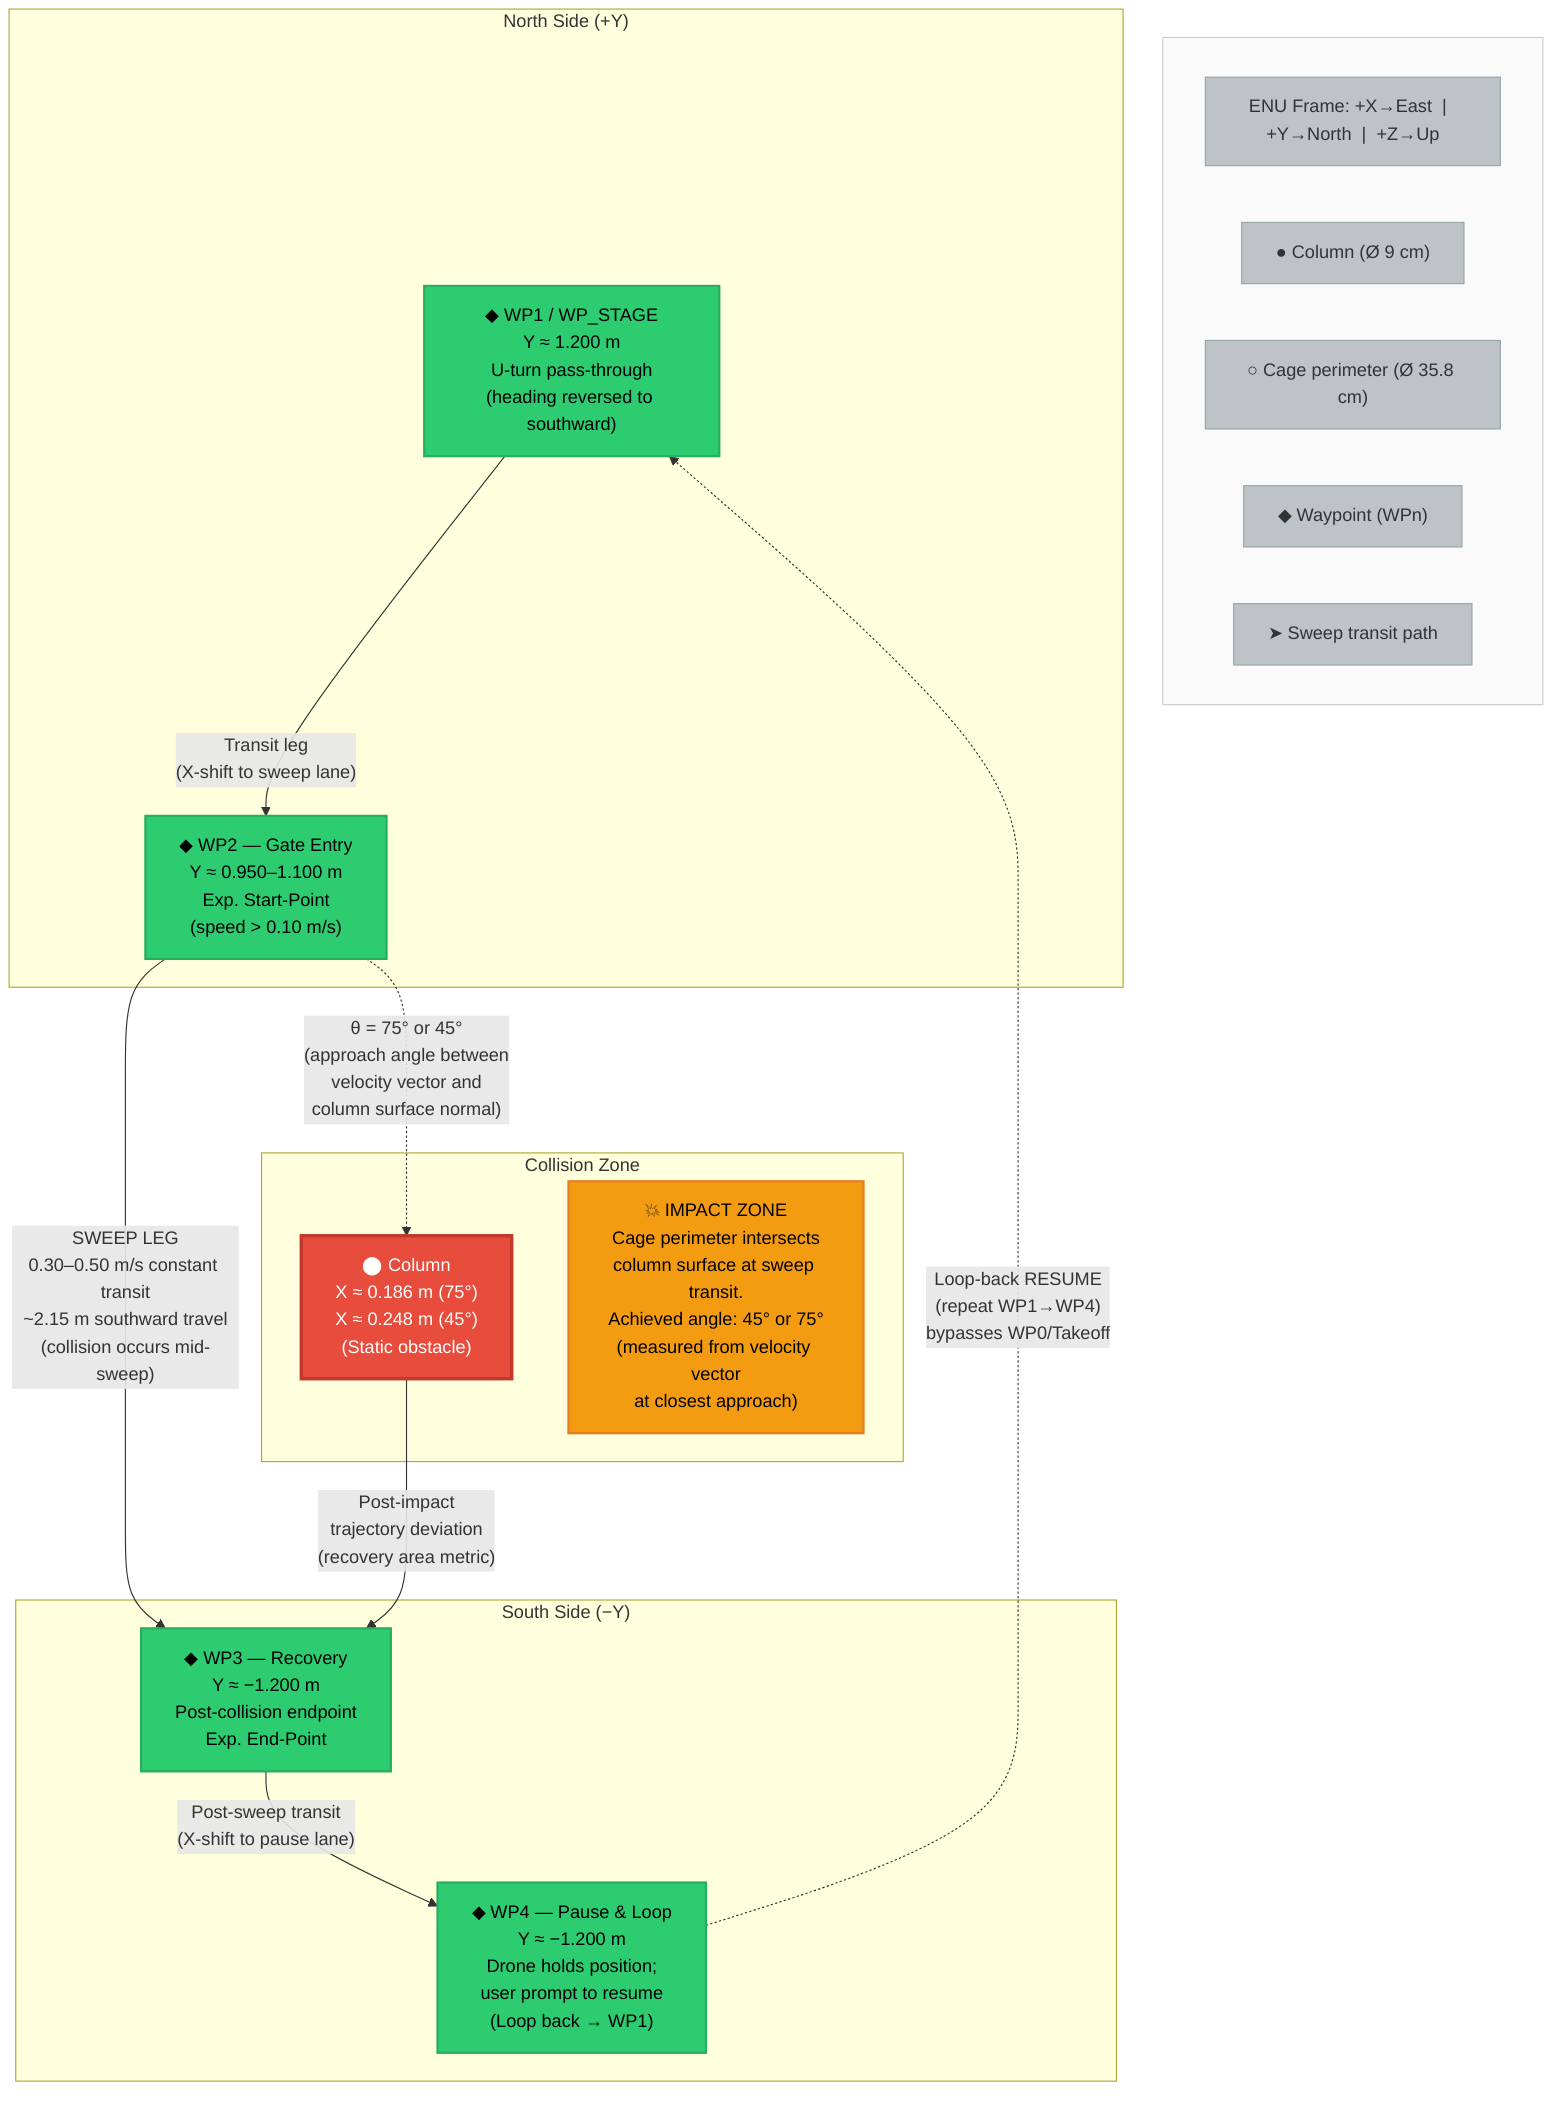
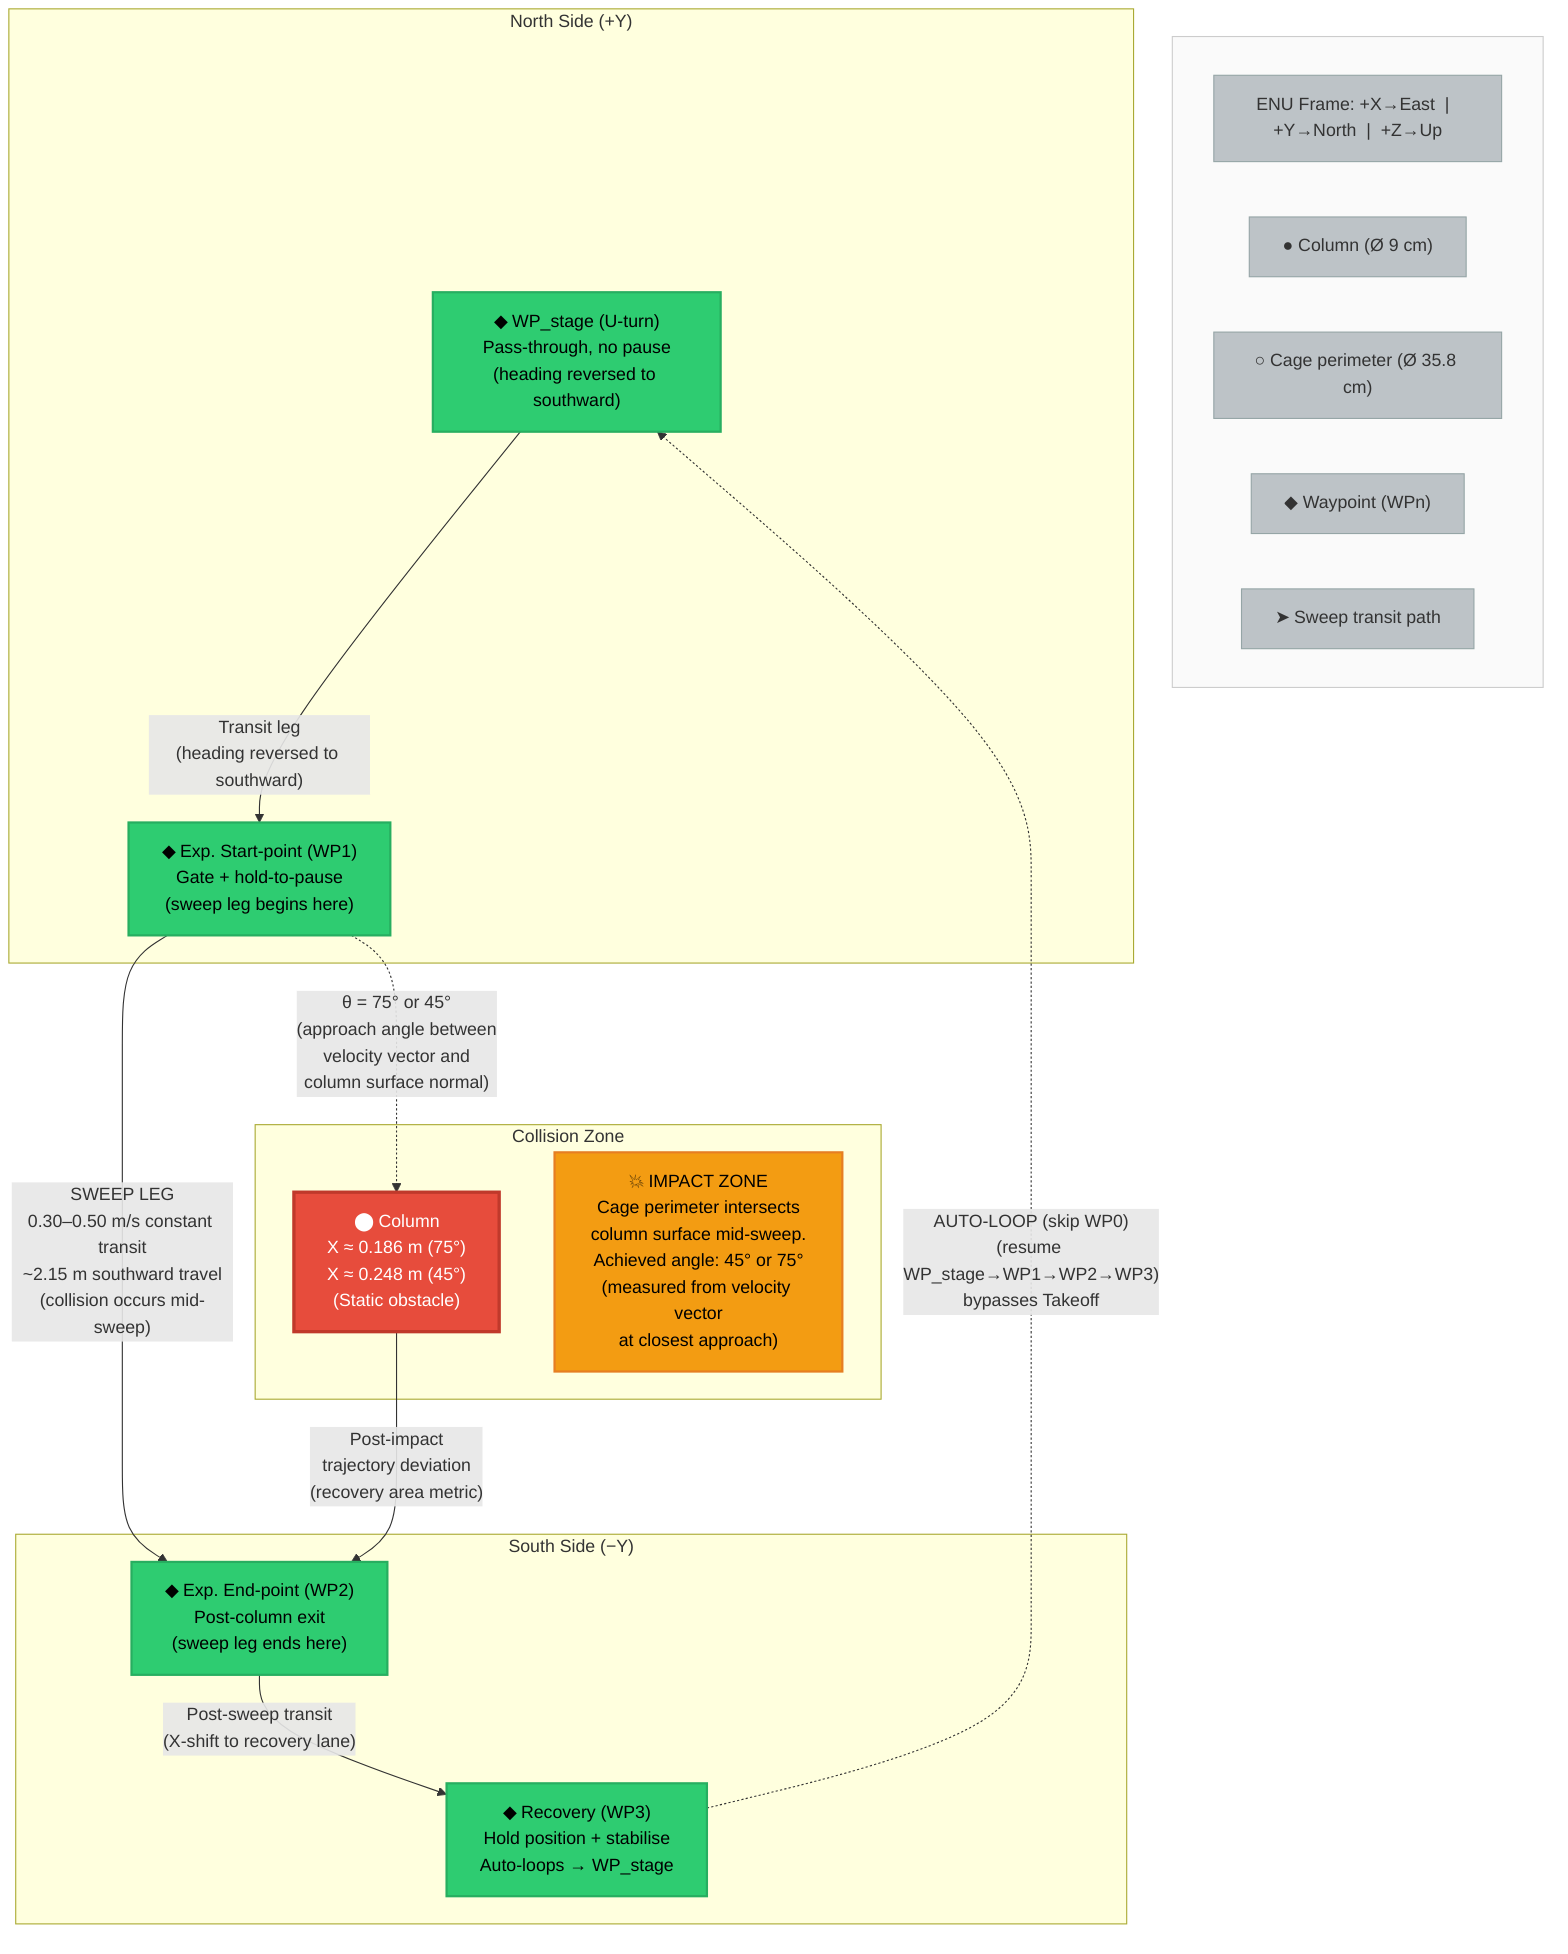
graph TB
%% ── Experiment Geometry & Waypoint Layout (Top-Down View) ─────────────────
%% Thesis figure: spatial layout of collision sweep experiment.
%% Coordinate frame: OptiTrack ENU (X=East, Y=North, Z=Up).
%% All measurements in metres.
    %% ── Coordinate Axes / Legend ───────────────────────────────────────────
    subgraph Legend[" "]
        direction LR
        AXIS["ENU Frame: +X→East  |  +Y→North  |  +Z→Up"]
        COL_LEGEND["● Column (Ø 9 cm)"]
        CAGE_LEGEND["○ Cage perimeter (Ø 35.8 cm)"]
        WP_DOT["◆ Waypoint (WPn)"]
        SWEEP["➤ Sweep transit path"]
    end
    style Legend fill:#fafafa,stroke:#ccc,stroke-width:1px,color:#000
    class AXIS,COL_LEGEND,CAGE_LEGEND,WP_DOT,SWEEP classAnnotation;

    %% ── Spatial Layout: North (top) → South (bottom) ───────────────────────
    subgraph North["North Side (+Y)"]
-         WP1["◆ WP1 / WP_STAGE\nY ≈ 1.200 m\nU-turn pass-through\n(heading reversed to southward)"]
-         WP2["◆ WP2 — Gate Entry\nY ≈ 0.950–1.100 m\nExp. Start-Point\n(speed > 0.10 m/s)"]
+         WP_N1["◆ WP_stage (U-turn)\nPass-through, no pause\n(heading reversed to southward)"]
+         WP_N2["◆ Exp. Start-point (WP1)\nGate + hold-to-pause\n(sweep leg begins here)"]
    end

    subgraph Mid["Collision Zone"]
        COLUMN["⬤ Column\nX ≈ 0.186 m (75°)\nX ≈ 0.248 m (45°)\n(Static obstacle)"]
-         IMPACT["💥 IMPACT ZONE\nCage perimeter intersects\ncolumn surface at sweep transit.\nAchieved angle: 45° or 75°\n(measured from velocity vector\nat closest approach)"]
+         IMPACT["💥 IMPACT ZONE\nCage perimeter intersects\ncolumn surface mid-sweep.\nAchieved angle: 45° or 75°\n(measured from velocity vector\nat closest approach)"]
    end

    subgraph South["South Side (−Y)"]
-         WP3["◆ WP3 — Recovery\nY ≈ −1.200 m\nPost-collision endpoint\nExp. End-Point"]
-         WP4["◆ WP4 — Pause & Loop\nY ≈ −1.200 m\nDrone holds position;\nuser prompt to resume\n(Loop back → WP1)"]
+         WP_S1["◆ Exp. End-point (WP2)\nPost-column exit\n(sweep leg ends here)"]
+         WP_S2["◆ Recovery (WP3)\nHold position + stabilise\nAuto-loops → WP_stage"]
    end

    %% ── Flight Path Arrows ─────────────────────────────────────────────────
-     WP1 -->|"Transit leg\n(X-shift to sweep lane)"| WP2
-     WP2 -->|"SWEEP LEG\n0.30–0.50 m/s constant transit\n~2.15 m southward travel\n(collision occurs mid-sweep)"| WP3
-     WP3 -->|"Post-sweep transit\n(X-shift to pause lane)"| WP4
-     WP4 -.->|"Loop-back RESUME\n(repeat WP1→WP4)\nbypasses WP0/Takeoff"| WP1
+     WP_N1 -->|"Transit leg\n(heading reversed to southward)"| WP_N2
+     WP_N2 -->|"SWEEP LEG\n0.30–0.50 m/s constant transit\n~2.15 m southward travel\n(collision occurs mid-sweep)"| WP_S1
+     WP_S1 -->|"Post-sweep transit\n(X-shift to recovery lane)"| WP_S2
+     WP_S2 -.->|"AUTO-LOOP (skip WP0)\n(resume WP_stage→WP1→WP2→WP3)\nbypasses Takeoff"| WP_N1

    %% ── Collision Geometry Annotation ──────────────────────────────────────
-     WP2 -.->|"θ = 75° or 45°\n(approach angle between\nvelocity vector and\ncolumn surface normal)"| COLUMN
-     COLUMN -->|"Post-impact\ntrajectory deviation\n(recovery area metric)"| WP3
+     WP_N2 -.->|"θ = 75° or 45°\n(approach angle between\nvelocity vector and\ncolumn surface normal)"| COLUMN
+     COLUMN -->|"Post-impact\ntrajectory deviation\n(recovery area metric)"| WP_S1

    %% ── Styling ────────────────────────────────────────────────────────────
    classDef classWaypoint fill:#2ecc71,stroke:#27ae60,stroke-width:2px,color:#000
    classDef classObstacle fill:#e74c3c,stroke:#c0392b,stroke-width:3px,color:#fff
    classDef classImpact fill:#f39c12,stroke:#e67e22,stroke-width:2px,color:#000
    classDef classAnnotation fill:#bdc3c7,stroke:#95a5a6,stroke-width:1px,color:#333

-     class WP1,WP2,WP3,WP4 classWaypoint;
+     class WP_N1,WP_N2,WP_S1,WP_S2 classWaypoint;
    class COLUMN classObstacle;
    class IMPACT classImpact;
    class AXIS,COL_LEGEND,CAGE_LEGEND,WP_DOT,SWEEP classAnnotation;
